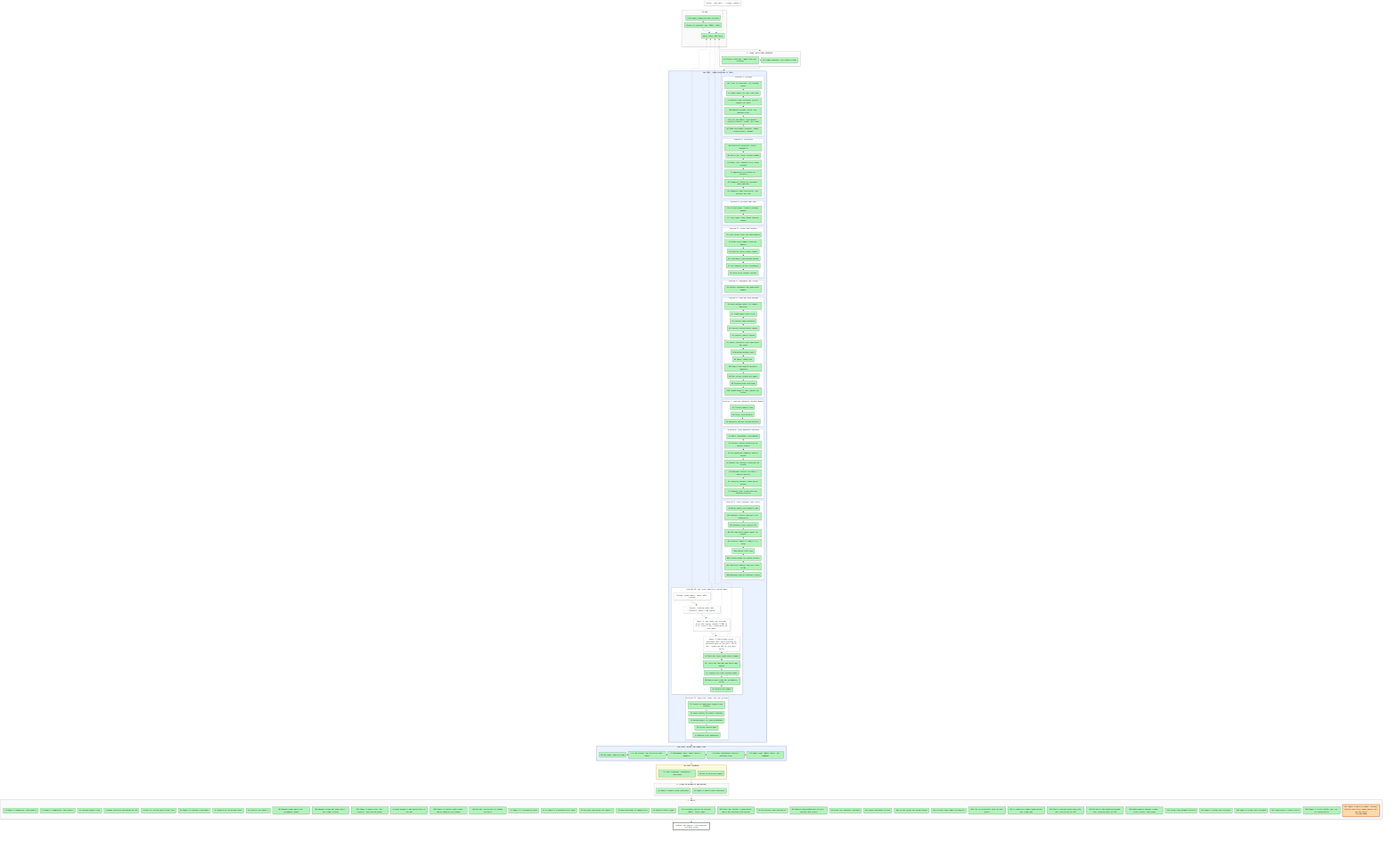
Above: artifacts/notes/progress/map.png in mo-rsa24/concept-composition (Mermaid), before the change. Its source is kept beside it as artifacts/notes/progress/map.mmd.
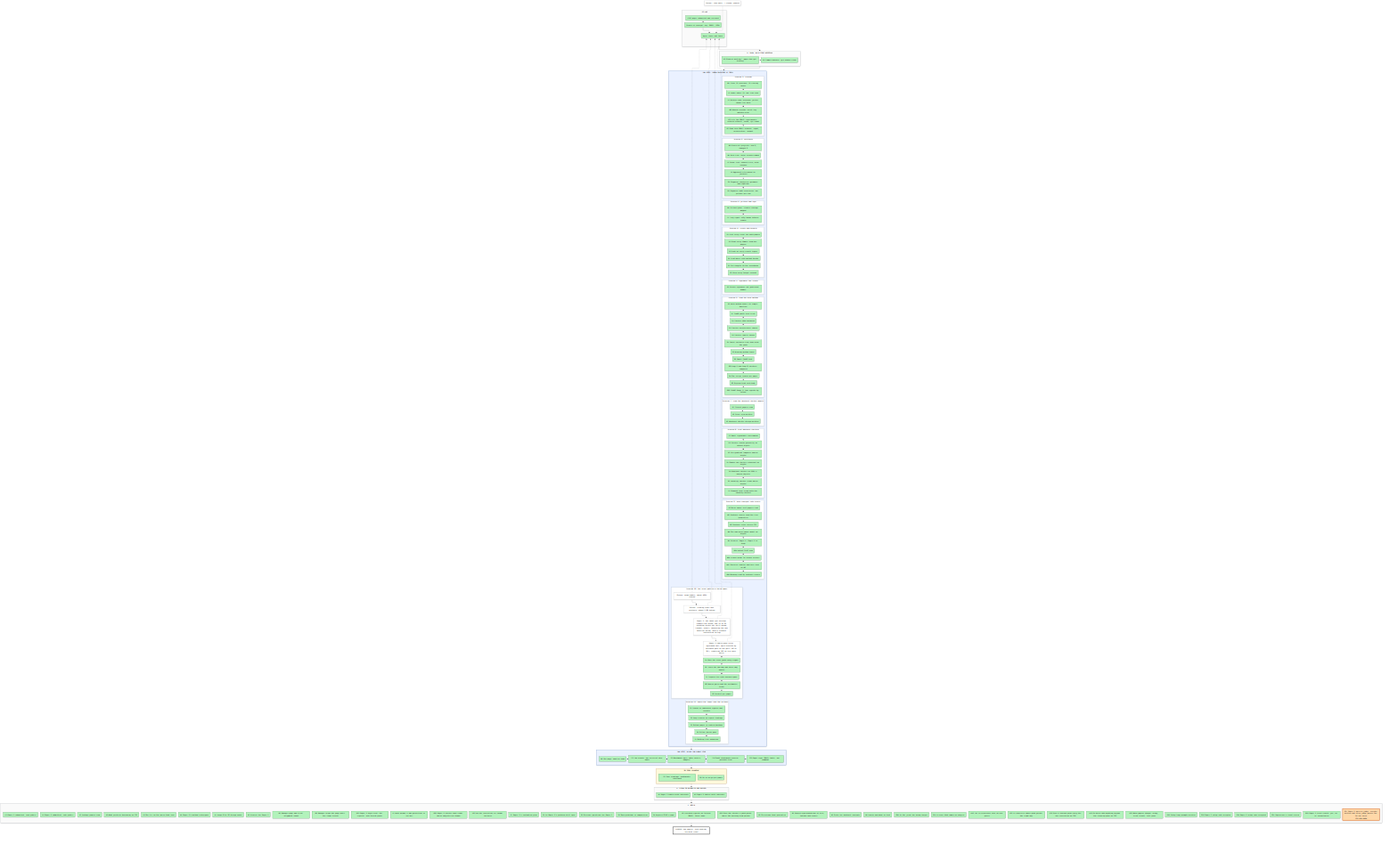
The same diagram one commit later.

Commit message:
Progress map: Paper 1 continues toward a learned interaction on top of one owner per overlap

The edit, as a diff of the source:
```diff
@@ -80,7 +80,7 @@
   X0["Detour: idea walk, 7 claims, paused"]:::detour -.-> P2
   X1["Detour: zoom-ladder, about 430k tokens"]:::detour -.-> P2
   X2["Detour: reading route and pictures, about 1.8M tokens"]:::detour -.-> P2
-  X3["Paper 1: one owner per overlap fixes the colour (purple 0.986 to 0.15, floor 0.10); claim waits on the owner"]:::detour -.-> P2
+  X3["Paper 1: one owner per overlap removes the blend, but 52 of 96 touching scenes are still wrong (counts, order); measuring the new baseline blind, then a learned interaction on top"]:::detour -.-> P2
   X4["Paper 2 labels pass every agreement bar; split blocked by borrowed part on one pair (58 of 86); rendering 320 on five more pairs"]:::detour -.-> P2
   L1 ~~~ L2 ~~~ L3 ~~~ L4 ~~~ L5 ~~~ L6 ~~~ L7 ~~~ L8 ~~~ L9 ~~~ L10 ~~~ L11
   S0 --> SA --> LOOP --> JOIN --> CAL --> SE --> SF --> GOAL
```
